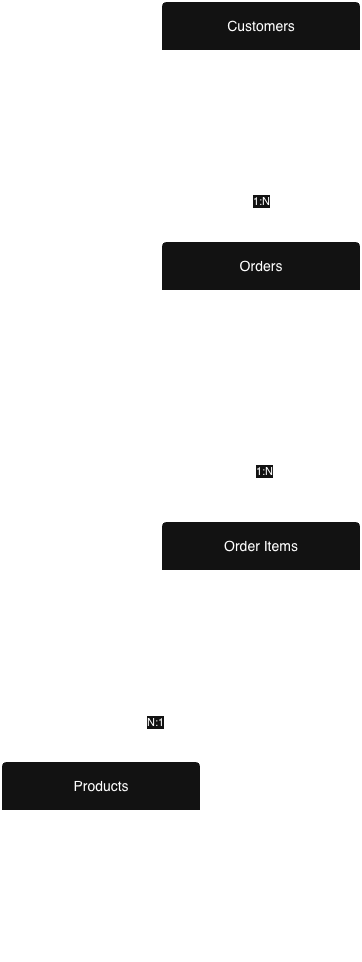
Above: docs/diagrams/logical-erd.drawio.png in neeleshksingh/Ecommerce-Sales-Analytics (draw.io), before the change. Source tidied: cells renumbered, new cells last; positions are measured from the earlier drawing's top-left corner, leaving out a move shared by most shapes.
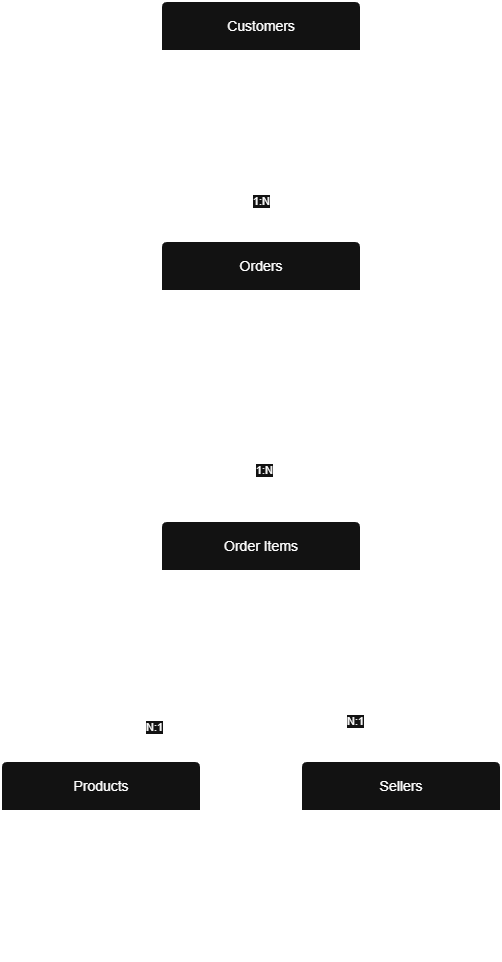
After the commit.

Change to the diagram source:
```diff
@@ -36,12 +36,6 @@
     <mxCell id="11" value="PK order_id&lt;br&gt;FK customer_id&amp;nbsp;&lt;div&gt;order_status&lt;br&gt;order_purchase_timestamp&lt;br&gt;order_approved_at&lt;/div&gt;&lt;div&gt;order_delivered_carrier_date&lt;br&gt;order_delivered_customer_date&lt;br&gt;order_estimated_delivery_date&lt;br&gt;&lt;br&gt;&lt;/div&gt;" style="align=left;strokeColor=none;fillColor=none;spacingLeft=4;spacingRight=4;fontSize=12;verticalAlign=top;html=1;whiteSpace=wrap;" parent="10" vertex="1">
       <mxGeometry y="50" width="200" height="150" as="geometry" />
     </mxCell>
-    <mxCell id="12" style="edgeStyle=orthogonalEdgeStyle;rounded=0;jettySize=auto;html=1;exitX=0.25;exitY=1;exitDx=0;exitDy=0;entryX=0.5;entryY=0;entryDx=0;entryDy=0;" parent="1" edge="1" source="14" target="17">
-      <mxGeometry relative="1" as="geometry" />
-    </mxCell>
-    <mxCell id="13" value="N:1" style="edgeLabel;html=1;align=center;verticalAlign=middle;" parent="12" vertex="1">
-      <mxGeometry x="0.02" relative="1" as="geometry" />
-    </mxCell>
     <mxCell id="14" value="Order Items" style="swimlane;horizontal=1;startSize=50;rounded=1;fontSize=14;fontStyle=0;strokeWidth=2;shadow=0;dashed=0;align=center;arcSize=4;whiteSpace=wrap;html=1;" parent="1" vertex="1">
       <mxGeometry x="160" y="520" width="200" height="160" as="geometry" />
     </mxCell>
@@ -51,11 +45,26 @@
     <mxCell id="16" value="1:N" style="edgeStyle=orthogonalEdgeStyle;rounded=0;jettySize=auto;html=1;entryX=0.5;entryY=0;entryDx=0;entryDy=0;" parent="1" edge="1" source="7" target="10">
       <mxGeometry relative="1" as="geometry" />
     </mxCell>
+    <mxCell id="19" style="edgeStyle=orthogonalEdgeStyle;rounded=0;jettySize=auto;html=1;entryX=0.25;entryY=1;entryDx=0;entryDy=0;" parent="1" edge="1" source="17" target="14">
+      <mxGeometry relative="1" as="geometry" />
+    </mxCell>
+    <mxCell id="13" value="N:1" style="edgeLabel;html=1;align=center;verticalAlign=middle;" parent="19" vertex="1">
+      <mxGeometry x="-0.02" y="-5" relative="1" as="geometry" />
+    </mxCell>
     <mxCell id="17" value="Products" style="swimlane;horizontal=1;startSize=50;rounded=1;fontSize=14;fontStyle=0;strokeWidth=2;shadow=0;dashed=0;align=center;arcSize=4;whiteSpace=wrap;html=1;" parent="1" vertex="1">
       <mxGeometry y="760" width="200" height="200" as="geometry" />
     </mxCell>
     <mxCell id="18" value="PK product_id,&lt;br&gt;FK product_category_name,&lt;div&gt;&lt;div&gt;product_name_lenght,&lt;/div&gt;&lt;div&gt;product_description_lenght,&lt;/div&gt;&lt;div&gt;product_photos_qty,&lt;/div&gt;&lt;div&gt;product_weight_g,&lt;/div&gt;&lt;div&gt;product_length_cm,&lt;/div&gt;&lt;div&gt;&lt;span style=&quot;background-color: transparent; color: light-dark(rgb(0, 0, 0), rgb(255, 255, 255));&quot;&gt;product_height_cm,&lt;/span&gt;&lt;/div&gt;&lt;div&gt;&lt;span style=&quot;background-color: transparent; color: light-dark(rgb(0, 0, 0), rgb(255, 255, 255));&quot;&gt;product_width_cm&lt;/span&gt;&lt;/div&gt;&lt;/div&gt;" style="align=left;strokeColor=none;fillColor=none;spacingLeft=4;spacingRight=4;fontSize=12;verticalAlign=top;html=1;whiteSpace=wrap;" parent="17" vertex="1">
       <mxGeometry y="50" width="200" height="150" as="geometry" />
     </mxCell>
+    <mxCell id="20" value="N:1" style="edgeStyle=orthogonalEdgeStyle;rounded=0;jettySize=auto;html=1;entryX=0.75;entryY=1;entryDx=0;entryDy=0;" parent="1" edge="1" source="21" target="15">
+      <mxGeometry relative="1" as="geometry" />
+    </mxCell>
+    <mxCell id="21" value="Sellers" style="swimlane;horizontal=1;startSize=50;rounded=1;fontSize=14;fontStyle=0;strokeWidth=2;shadow=0;dashed=0;align=center;arcSize=4;whiteSpace=wrap;html=1;" parent="1" vertex="1">
+      <mxGeometry x="300" y="760" width="200" height="200" as="geometry" />
+    </mxCell>
+    <mxCell id="22" value="PK seller_id&lt;span style=&quot;background-color: transparent; color: light-dark(rgb(0, 0, 0), rgb(255, 255, 255));&quot;&gt;,&lt;/span&gt;&lt;br&gt;&lt;div&gt;&lt;div&gt;seller_zip_code_prefix,&lt;/div&gt;&lt;div&gt;seller_city,&lt;/div&gt;&lt;div&gt;seller_state&lt;br&gt;&lt;/div&gt;&lt;/div&gt;" style="align=left;strokeColor=none;fillColor=none;spacingLeft=4;spacingRight=4;fontSize=12;verticalAlign=top;html=1;whiteSpace=wrap;" parent="21" vertex="1">
+      <mxGeometry y="50" width="200" height="150" as="geometry" />
+    </mxCell>
   </root>
 </mxGraphModel>
```
